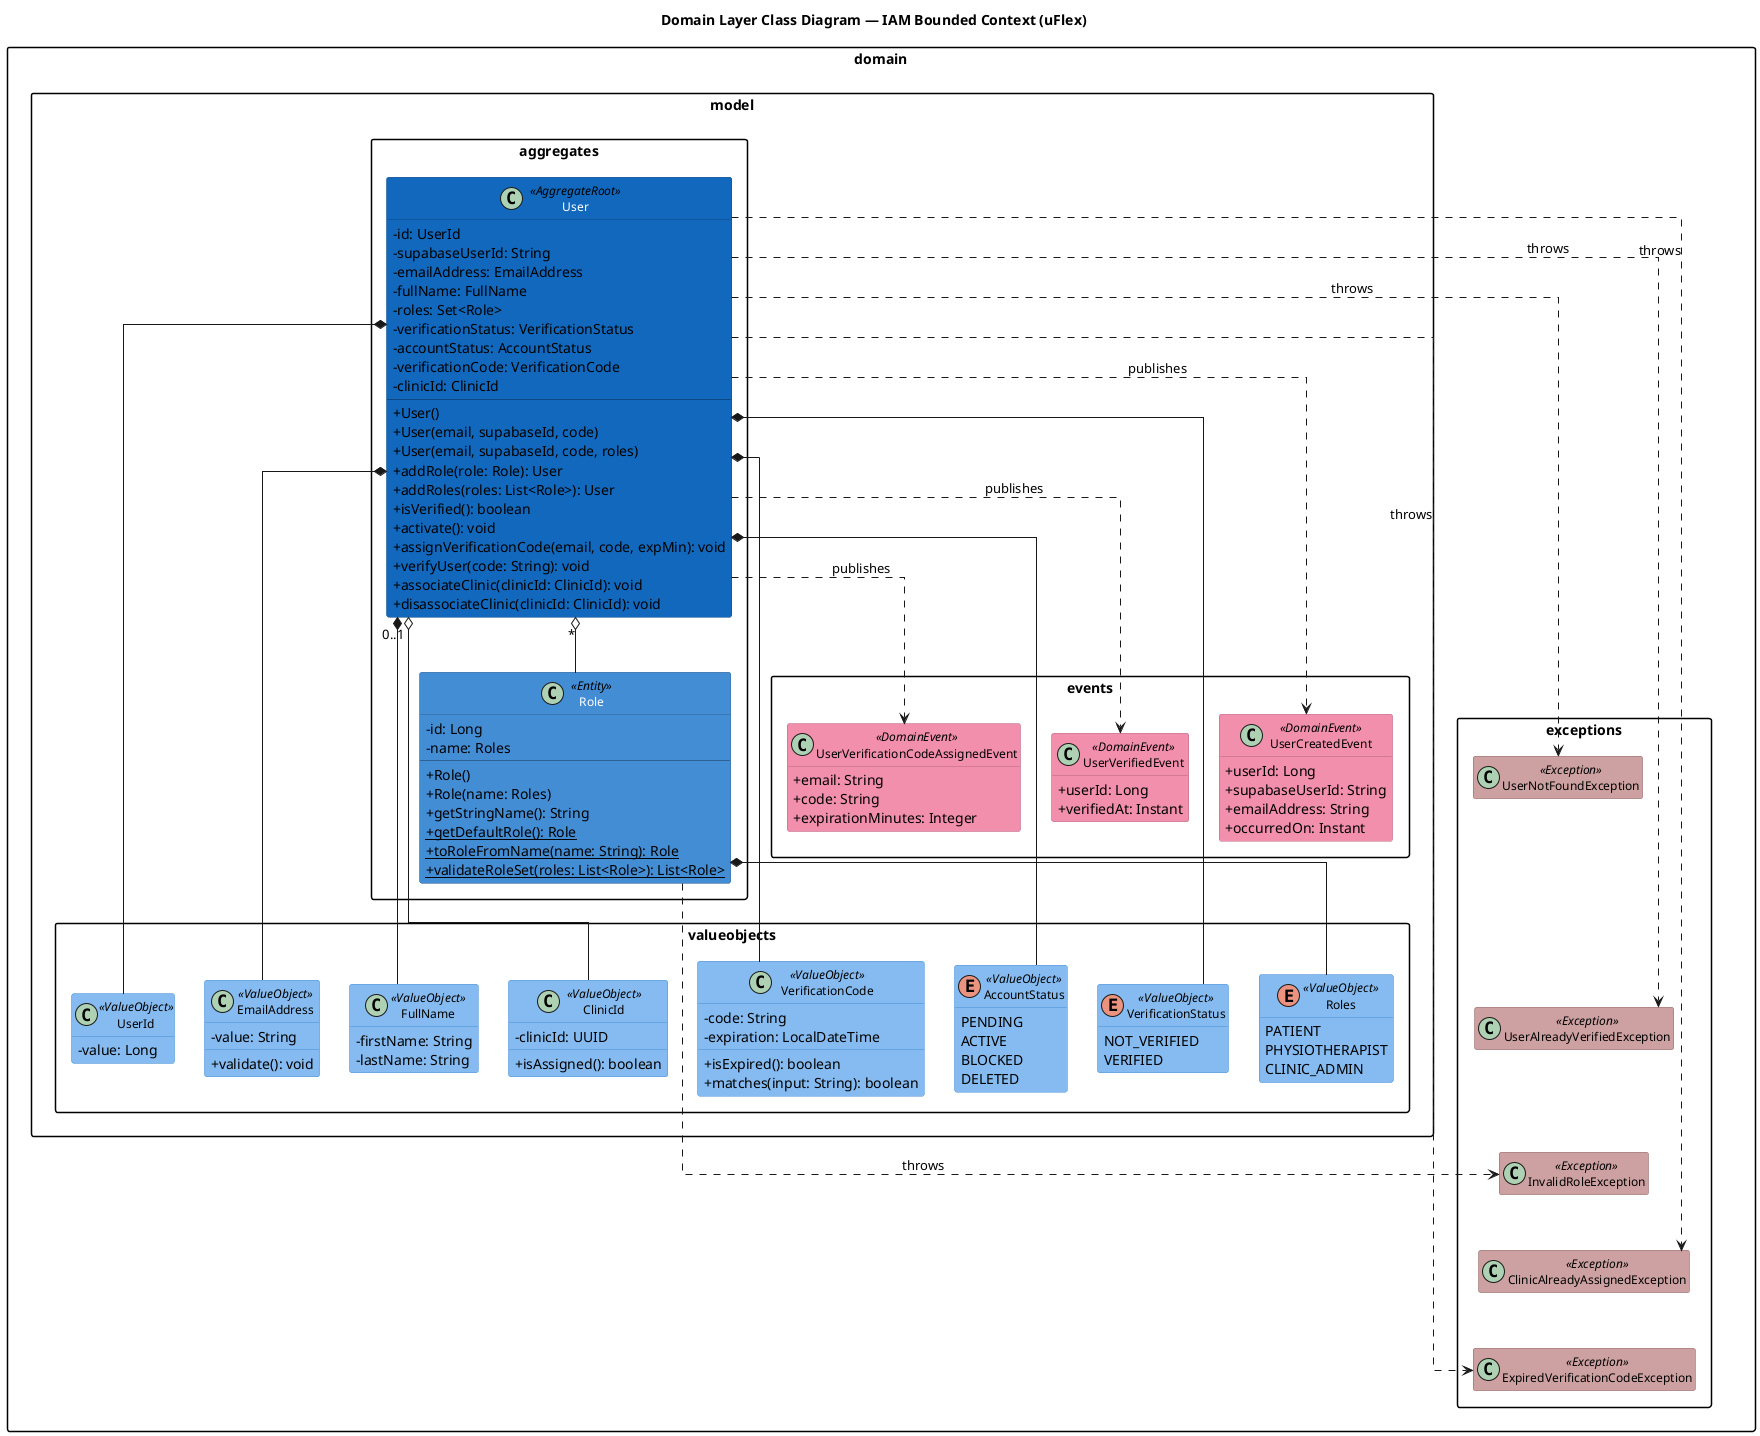
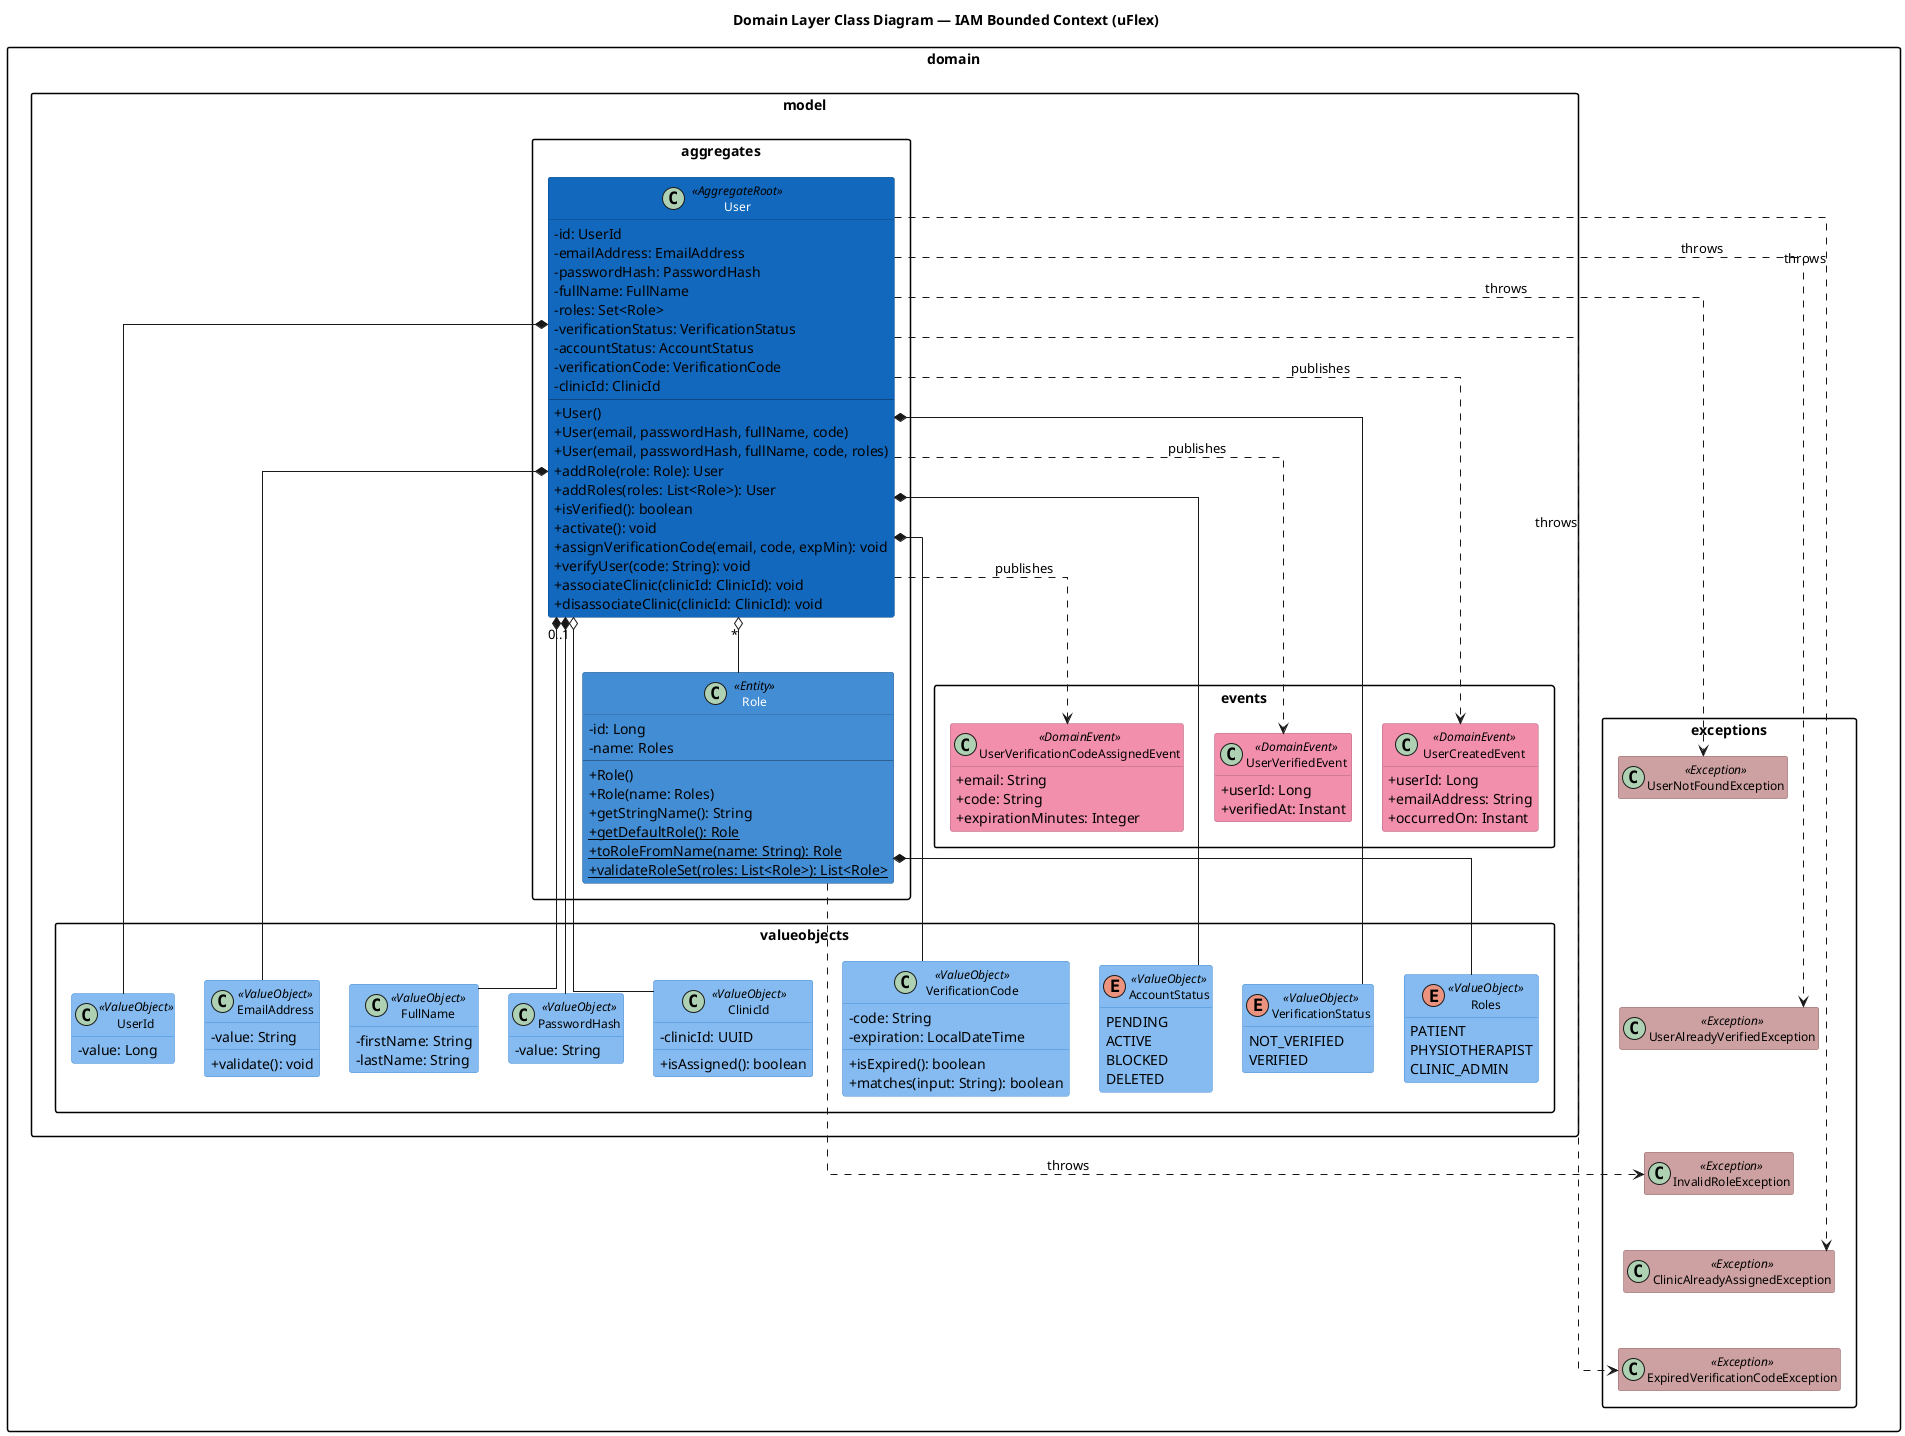
@startuml uflex-iam-domain-class
' Domain Layer Class Diagram — IAM Bounded Context (uFlex)

skinparam shadowing false
skinparam defaultFontName Arial
skinparam classFontSize 12
skinparam classAttributeIconSize 0
skinparam packageStyle rectangle
skinparam linetype ortho
skinparam nodesep 30
skinparam ranksep 55

hide empty members

' Stereotype palette (blue aggregates, teal VOs, salmon commands/queries/events, gray interfaces)
skinparam class {
  BackgroundColor<<AggregateRoot>>     #1168BD
  FontColor<<AggregateRoot>>           #FFFFFF
  BorderColor<<AggregateRoot>>         #0B4884

  BackgroundColor<<Entity>>            #438DD5
  FontColor<<Entity>>                  #FFFFFF
  BorderColor<<Entity>>                #2E6295

  BackgroundColor<<ValueObject>>       #85BBF0
  FontColor<<ValueObject>>             #000000
  BorderColor<<ValueObject>>           #438DD5

  BackgroundColor<<Command>>           #F5A97F
  FontColor<<Command>>                 #000000
  BorderColor<<Command>>               #C87A4C

  BackgroundColor<<Query>>             #EED49F
  FontColor<<Query>>                   #000000
  BorderColor<<Query>>                 #B89A5A

  BackgroundColor<<DomainEvent>>       #F28FAD
  FontColor<<DomainEvent>>             #000000
  BorderColor<<DomainEvent>>           #B56580

  BackgroundColor<<DomainService>>     #6BA3DC
  FontColor<<DomainService>>           #000000
  BorderColor<<DomainService>>         #438DD5

  BackgroundColor<<Port>>              #B8C4CE
  FontColor<<Port>>                    #000000
  BorderColor<<Port>>                  #7D98B5

  BackgroundColor<<Exception>>         #CDA1A1
  FontColor<<Exception>>               #000000
  BorderColor<<Exception>>             #8F6262
}

title Domain Layer Class Diagram — IAM Bounded Context (uFlex)

' =========================================================
' DOMAIN LAYER — Aggregates & Entity
' =========================================================
package "domain.model.aggregates" {
  class User <<AggregateRoot>> {
    - id: UserId
-     - supabaseUserId: String
    - emailAddress: EmailAddress
+     - passwordHash: PasswordHash
    - fullName: FullName
    - roles: Set<Role>
    - verificationStatus: VerificationStatus
    - accountStatus: AccountStatus
    - verificationCode: VerificationCode
    - clinicId: ClinicId
    --
    + User()
-     + User(email, supabaseId, code)
-     + User(email, supabaseId, code, roles)
+     + User(email, passwordHash, fullName, code)
+     + User(email, passwordHash, fullName, code, roles)
    + addRole(role: Role): User
    + addRoles(roles: List<Role>): User
    + isVerified(): boolean
    + activate(): void
    + assignVerificationCode(email, code, expMin): void
    + verifyUser(code: String): void
    + associateClinic(clinicId: ClinicId): void
    + disassociateClinic(clinicId: ClinicId): void
  }

  class Role <<Entity>> {
    - id: Long
    - name: Roles
    --
    + Role()
    + Role(name: Roles)
    + getStringName(): String
    + {static} getDefaultRole(): Role
    + {static} toRoleFromName(name: String): Role
    + {static} validateRoleSet(roles: List<Role>): List<Role>
  }
}

' =========================================================
' DOMAIN LAYER — Value Objects
' =========================================================
package "domain.model.valueobjects" {
  class UserId <<ValueObject>> {
    - value: Long
  }
  class EmailAddress <<ValueObject>> {
    - value: String
    + validate(): void
  }
  class FullName <<ValueObject>> {
    - firstName: String
    - lastName: String
  }
+   class PasswordHash <<ValueObject>> {
+     - value: String
+   }
  class ClinicId <<ValueObject>> {
    - clinicId: UUID
    + isAssigned(): boolean
  }
  class VerificationCode <<ValueObject>> {
    - code: String
    - expiration: LocalDateTime
    + isExpired(): boolean
    + matches(input: String): boolean
  }
  enum Roles <<ValueObject>> {
    PATIENT
    PHYSIOTHERAPIST
    CLINIC_ADMIN
  }
  enum AccountStatus <<ValueObject>> {
    PENDING
    ACTIVE
    BLOCKED
    DELETED
  }
  enum VerificationStatus <<ValueObject>> {
    NOT_VERIFIED
    VERIFIED
  }
}

' =========================================================
' DOMAIN LAYER — Domain Events
' =========================================================
package "domain.model.events" {
  class UserCreatedEvent <<DomainEvent>> {
    + userId: Long
-     + supabaseUserId: String
    + emailAddress: String
    + occurredOn: Instant
  }
  class UserVerifiedEvent <<DomainEvent>> {
    + userId: Long
    + verifiedAt: Instant
  }
  class UserVerificationCodeAssignedEvent <<DomainEvent>> {
    + email: String
    + code: String
    + expirationMinutes: Integer
  }
}

' =========================================================
' Domain Exceptions
' =========================================================
package "domain.exceptions" {
  class UserNotFoundException <<Exception>>
  class UserAlreadyVerifiedException <<Exception>>
  class InvalidRoleException <<Exception>>
  class ClinicAlreadyAssignedException <<Exception>>
  class ExpiredVerificationCodeException <<Exception>>

  UserNotFoundException -[hidden]down- UserAlreadyVerifiedException
  UserAlreadyVerifiedException -[hidden]down- InvalidRoleException
  InvalidRoleException -[hidden]down- ClinicAlreadyAssignedException
  ClinicAlreadyAssignedException -[hidden]down- ExpiredVerificationCodeException
}

' =========================================================
' Composition & relationships
' =========================================================
User *-- UserId
User *-- EmailAddress
+ User *-- PasswordHash
User *-- FullName
User *-- AccountStatus
User *-- VerificationStatus
User *-- VerificationCode
User "0..1" o-- ClinicId
User "*" o-- Role
Role *-- Roles

User ..> UserCreatedEvent : publishes
User ..> UserVerifiedEvent : publishes
User ..> UserVerificationCodeAssignedEvent : publishes

User ..> UserAlreadyVerifiedException : throws
User ..> ExpiredVerificationCodeException : throws
User ..> ClinicAlreadyAssignedException : throws
User ..> UserNotFoundException : throws
Role ..> InvalidRoleException : throws

@enduml
